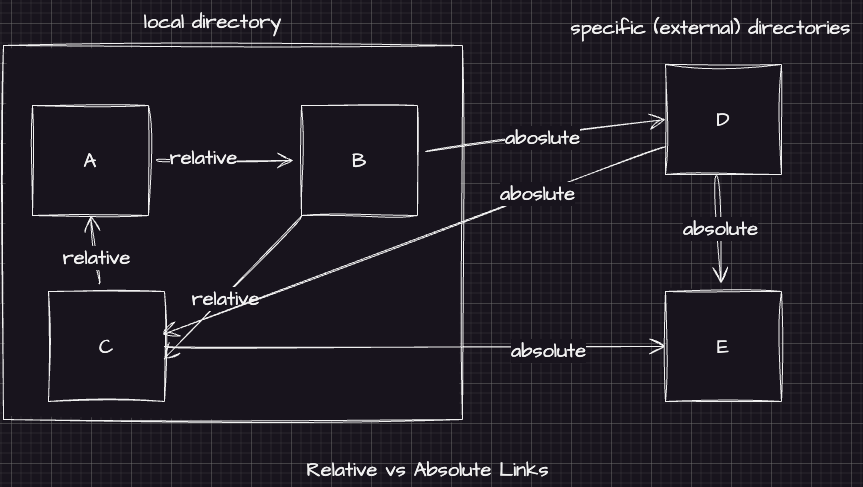
Before: images/html-css/HTML_links2.png, a diagram exported from draw.io (peytoncordero/DRI25). Source tidied: cells renumbered, new cells last; positions are measured from the earlier drawing's top-left corner, leaving out a move shared by most shapes. Source of this version:
```xml
<mxGraphModel>
  <root>
    <mxCell id="0" />
    <mxCell id="1" parent="0" />
    <mxCell id="2" style="rounded=0;whiteSpace=wrap;html=1;sketch=1;hachureGap=4;jiggle=2;curveFitting=1;fontFamily=Architects Daughter;fontSource=https%3A%2F%2Ffonts.googleapis.com%2Fcss%3Ffamily%3DArchitects%2BDaughter;fontSize=20;" parent="1" vertex="1">
      <mxGeometry y="42" width="459" height="374" as="geometry" />
    </mxCell>
    <mxCell id="3" style="edgeStyle=none;curved=1;rounded=0;sketch=1;hachureGap=4;jiggle=2;curveFitting=1;jettySize=auto;html=1;fontFamily=Architects Daughter;fontSource=https%3A%2F%2Ffonts.googleapis.com%2Fcss%3Ffamily%3DArchitects%2BDaughter;fontSize=16;endArrow=open;startSize=14;endSize=14;sourcePerimeterSpacing=8;targetPerimeterSpacing=8;" parent="1" edge="1" source="5" target="10">
      <mxGeometry relative="1" as="geometry" />
    </mxCell>
    <mxCell id="4" value="relative" style="edgeLabel;html=1;align=center;verticalAlign=middle;fontSize=20;fontFamily=Architects Daughter;" parent="3" vertex="1">
      <mxGeometry x="-0.33" y="4" relative="1" as="geometry" />
    </mxCell>
    <mxCell id="5" value="A" style="rounded=0;whiteSpace=wrap;html=1;sketch=1;hachureGap=4;jiggle=2;curveFitting=1;fontFamily=Architects Daughter;fontSource=https%3A%2F%2Ffonts.googleapis.com%2Fcss%3Ffamily%3DArchitects%2BDaughter;fontSize=20;" parent="1" vertex="1">
      <mxGeometry x="29" y="102" width="116" height="110" as="geometry" />
    </mxCell>
    <mxCell id="6" style="edgeStyle=none;curved=1;rounded=0;sketch=1;hachureGap=4;jiggle=2;curveFitting=1;jettySize=auto;html=1;entryX=0;entryY=0.5;entryDx=0;entryDy=0;fontFamily=Architects Daughter;fontSource=https%3A%2F%2Ffonts.googleapis.com%2Fcss%3Ffamily%3DArchitects%2BDaughter;fontSize=16;endArrow=open;startSize=14;endSize=14;sourcePerimeterSpacing=8;targetPerimeterSpacing=8;" parent="1" edge="1" source="10" target="13">
      <mxGeometry relative="1" as="geometry" />
    </mxCell>
    <mxCell id="7" value="aboslute" style="edgeLabel;html=1;align=center;verticalAlign=middle;fontSize=20;fontFamily=Architects Daughter;" parent="6" vertex="1">
      <mxGeometry x="-0.03" y="-1" relative="1" as="geometry" />
    </mxCell>
    <mxCell id="8" style="edgeStyle=none;curved=1;rounded=0;sketch=1;hachureGap=4;jiggle=2;curveFitting=1;jettySize=auto;html=1;fontFamily=Architects Daughter;fontSource=https%3A%2F%2Ffonts.googleapis.com%2Fcss%3Ffamily%3DArchitects%2BDaughter;fontSize=16;endArrow=open;startSize=14;endSize=14;sourcePerimeterSpacing=8;targetPerimeterSpacing=8;exitX=0;exitY=1;exitDx=0;exitDy=0;entryX=0.991;entryY=0.618;entryDx=0;entryDy=0;entryPerimeter=0;" parent="1" edge="1" source="10" target="18">
      <mxGeometry relative="1" as="geometry" />
    </mxCell>
    <mxCell id="9" value="relative" style="edgeLabel;html=1;align=center;verticalAlign=middle;fontSize=20;fontFamily=Architects Daughter;" parent="8" vertex="1">
      <mxGeometry x="0.12" y="2" relative="1" as="geometry" />
    </mxCell>
    <mxCell id="10" value="B" style="rounded=0;whiteSpace=wrap;html=1;sketch=1;hachureGap=4;jiggle=2;curveFitting=1;fontFamily=Architects Daughter;fontSource=https%3A%2F%2Ffonts.googleapis.com%2Fcss%3Ffamily%3DArchitects%2BDaughter;fontSize=20;" parent="1" vertex="1">
      <mxGeometry x="298" y="102" width="116" height="110" as="geometry" />
    </mxCell>
    <mxCell id="11" style="edgeStyle=none;curved=1;rounded=0;sketch=1;hachureGap=4;jiggle=2;curveFitting=1;jettySize=auto;html=1;exitX=0.44;exitY=1.009;exitDx=0;exitDy=0;fontFamily=Architects Daughter;fontSource=https%3A%2F%2Ffonts.googleapis.com%2Fcss%3Ffamily%3DArchitects%2BDaughter;fontSize=16;endArrow=open;startSize=14;endSize=14;sourcePerimeterSpacing=8;targetPerimeterSpacing=8;exitPerimeter=0;" parent="1" edge="1" source="13" target="21">
      <mxGeometry relative="1" as="geometry" />
    </mxCell>
    <mxCell id="12" value="absolute" style="edgeLabel;html=1;align=center;verticalAlign=middle;fontSize=20;fontFamily=Architects Daughter;" parent="11" vertex="1">
      <mxGeometry x="-0.01" y="1" relative="1" as="geometry" />
    </mxCell>
    <mxCell id="13" value="D" style="rounded=0;whiteSpace=wrap;html=1;sketch=1;hachureGap=4;jiggle=2;curveFitting=1;fontFamily=Architects Daughter;fontSource=https%3A%2F%2Ffonts.googleapis.com%2Fcss%3Ffamily%3DArchitects%2BDaughter;fontSize=20;" parent="1" vertex="1">
      <mxGeometry x="662" y="61" width="116" height="110" as="geometry" />
    </mxCell>
    <mxCell id="14" style="edgeStyle=none;curved=1;rounded=0;sketch=1;hachureGap=4;jiggle=2;curveFitting=1;jettySize=auto;html=1;entryX=0.5;entryY=1;entryDx=0;entryDy=0;fontFamily=Architects Daughter;fontSource=https%3A%2F%2Ffonts.googleapis.com%2Fcss%3Ffamily%3DArchitects%2BDaughter;fontSize=16;endArrow=open;startSize=14;endSize=14;sourcePerimeterSpacing=8;targetPerimeterSpacing=8;" parent="1" edge="1" source="18" target="5">
      <mxGeometry relative="1" as="geometry" />
    </mxCell>
    <mxCell id="15" value="relative" style="edgeLabel;html=1;align=center;verticalAlign=middle;fontSize=20;fontFamily=Architects Daughter;" parent="14" vertex="1">
      <mxGeometry x="-0.21" relative="1" as="geometry" />
    </mxCell>
    <mxCell id="16" style="edgeStyle=none;curved=1;rounded=0;sketch=1;hachureGap=4;jiggle=2;curveFitting=1;jettySize=auto;html=1;exitX=1;exitY=0.5;exitDx=0;exitDy=0;fontFamily=Architects Daughter;fontSource=https%3A%2F%2Ffonts.googleapis.com%2Fcss%3Ffamily%3DArchitects%2BDaughter;fontSize=16;endArrow=open;startSize=14;endSize=14;sourcePerimeterSpacing=8;targetPerimeterSpacing=8;entryX=0;entryY=0.5;entryDx=0;entryDy=0;" parent="1" edge="1" source="18" target="21">
      <mxGeometry relative="1" as="geometry" />
    </mxCell>
    <mxCell id="17" value="absolute" style="edgeLabel;html=1;align=center;verticalAlign=middle;fontSize=20;fontFamily=Architects Daughter;" parent="16" vertex="1">
      <mxGeometry x="0.53" y="-3" relative="1" as="geometry" />
    </mxCell>
    <mxCell id="18" value="C" style="rounded=0;whiteSpace=wrap;html=1;sketch=1;hachureGap=4;jiggle=2;curveFitting=1;fontFamily=Architects Daughter;fontSource=https%3A%2F%2Ffonts.googleapis.com%2Fcss%3Ffamily%3DArchitects%2BDaughter;fontSize=20;" parent="1" vertex="1">
      <mxGeometry x="45" y="288" width="116" height="110" as="geometry" />
    </mxCell>
    <mxCell id="19" value="local directory" style="text;html=1;align=center;verticalAlign=middle;strokeColor=none;fillColor=none;fontSize=20;fontFamily=Architects Daughter;" parent="1" vertex="1">
      <mxGeometry x="131" width="156" height="36" as="geometry" />
    </mxCell>
    <mxCell id="20" value="specific (external) directories" style="text;html=1;align=center;verticalAlign=middle;strokeColor=none;fillColor=none;fontSize=20;fontFamily=Architects Daughter;" parent="1" vertex="1">
      <mxGeometry x="558" y="6" width="298" height="36" as="geometry" />
    </mxCell>
    <mxCell id="21" value="E" style="rounded=0;whiteSpace=wrap;html=1;sketch=1;hachureGap=4;jiggle=2;curveFitting=1;fontFamily=Architects Daughter;fontSource=https%3A%2F%2Ffonts.googleapis.com%2Fcss%3Ffamily%3DArchitects%2BDaughter;fontSize=20;" parent="1" vertex="1">
      <mxGeometry x="662" y="288" width="116" height="110" as="geometry" />
    </mxCell>
    <mxCell id="22" value="Relative vs Absolute Links" style="text;strokeColor=none;fillColor=none;html=1;align=center;verticalAlign=middle;whiteSpace=wrap;rounded=0;fontSize=20;fontFamily=Architects Daughter;" parent="1" vertex="1">
      <mxGeometry x="283" y="451" width="283" height="30" as="geometry" />
    </mxCell>
    <mxCell id="23" style="edgeStyle=none;curved=1;rounded=0;sketch=1;hachureGap=4;jiggle=2;curveFitting=1;jettySize=auto;html=1;exitX=0;exitY=0.75;exitDx=0;exitDy=0;entryX=0.983;entryY=0.391;entryDx=0;entryDy=0;entryPerimeter=0;fontFamily=Architects Daughter;fontSource=https%3A%2F%2Ffonts.googleapis.com%2Fcss%3Ffamily%3DArchitects%2BDaughter;fontSize=16;endArrow=open;startSize=14;endSize=14;sourcePerimeterSpacing=8;targetPerimeterSpacing=8;" parent="1" edge="1" source="13" target="18">
      <mxGeometry relative="1" as="geometry" />
    </mxCell>
    <mxCell id="24" value="aboslute" style="edgeLabel;html=1;align=center;verticalAlign=middle;fontSize=20;fontFamily=Architects Daughter;" parent="23" vertex="1">
      <mxGeometry x="-0.49" y="-2" relative="1" as="geometry" />
    </mxCell>
  </root>
</mxGraphModel>
```
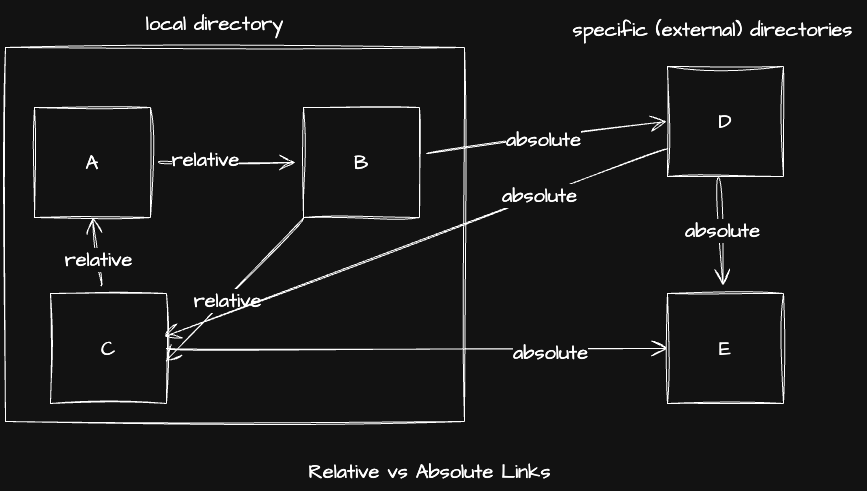
After the commit.

What changed in the source:
```diff
@@ -14,10 +14,13 @@
     <mxCell id="5" value="A" style="rounded=0;whiteSpace=wrap;html=1;sketch=1;hachureGap=4;jiggle=2;curveFitting=1;fontFamily=Architects Daughter;fontSource=https%3A%2F%2Ffonts.googleapis.com%2Fcss%3Ffamily%3DArchitects%2BDaughter;fontSize=20;" parent="1" vertex="1">
       <mxGeometry x="29" y="102" width="116" height="110" as="geometry" />
     </mxCell>
-    <mxCell id="6" style="edgeStyle=none;curved=1;rounded=0;sketch=1;hachureGap=4;jiggle=2;curveFitting=1;jettySize=auto;html=1;entryX=0;entryY=0.5;entryDx=0;entryDy=0;fontFamily=Architects Daughter;fontSource=https%3A%2F%2Ffonts.googleapis.com%2Fcss%3Ffamily%3DArchitects%2BDaughter;fontSize=16;endArrow=open;startSize=14;endSize=14;sourcePerimeterSpacing=8;targetPerimeterSpacing=8;" parent="1" edge="1" source="10" target="13">
-      <mxGeometry relative="1" as="geometry" />
+    <mxCell id="6" style="edgeStyle=none;curved=1;rounded=0;sketch=1;hachureGap=4;jiggle=2;curveFitting=1;orthogonalLoop=1;jettySize=auto;html=1;entryX=0;entryY=0.5;entryDx=0;entryDy=0;fontFamily=Architects Daughter;fontSource=https%3A%2F%2Ffonts.googleapis.com%2Fcss%3Ffamily%3DArchitects%2BDaughter;fontSize=16;endArrow=open;startSize=14;endSize=14;sourcePerimeterSpacing=8;targetPerimeterSpacing=8;" parent="1" edge="1">
+      <mxGeometry relative="1" as="geometry">
+        <mxPoint x="421" y="148.2" as="sourcePoint" />
+        <mxPoint x="661" y="116" as="targetPoint" />
+      </mxGeometry>
     </mxCell>
-    <mxCell id="7" value="aboslute" style="edgeLabel;html=1;align=center;verticalAlign=middle;fontSize=20;fontFamily=Architects Daughter;" parent="6" vertex="1">
+    <mxCell id="7" value="absolute" style="edgeLabel;html=1;align=center;verticalAlign=middle;fontSize=20;fontFamily=Architects Daughter;" parent="6" vertex="1">
       <mxGeometry x="-0.03" y="-1" relative="1" as="geometry" />
     </mxCell>
     <mxCell id="8" style="edgeStyle=none;curved=1;rounded=0;sketch=1;hachureGap=4;jiggle=2;curveFitting=1;jettySize=auto;html=1;fontFamily=Architects Daughter;fontSource=https%3A%2F%2Ffonts.googleapis.com%2Fcss%3Ffamily%3DArchitects%2BDaughter;fontSize=16;endArrow=open;startSize=14;endSize=14;sourcePerimeterSpacing=8;targetPerimeterSpacing=8;exitX=0;exitY=1;exitDx=0;exitDy=0;entryX=0.991;entryY=0.618;entryDx=0;entryDy=0;entryPerimeter=0;" parent="1" edge="1" source="10" target="18">
@@ -68,7 +71,7 @@
     <mxCell id="23" style="edgeStyle=none;curved=1;rounded=0;sketch=1;hachureGap=4;jiggle=2;curveFitting=1;jettySize=auto;html=1;exitX=0;exitY=0.75;exitDx=0;exitDy=0;entryX=0.983;entryY=0.391;entryDx=0;entryDy=0;entryPerimeter=0;fontFamily=Architects Daughter;fontSource=https%3A%2F%2Ffonts.googleapis.com%2Fcss%3Ffamily%3DArchitects%2BDaughter;fontSize=16;endArrow=open;startSize=14;endSize=14;sourcePerimeterSpacing=8;targetPerimeterSpacing=8;" parent="1" edge="1" source="13" target="18">
       <mxGeometry relative="1" as="geometry" />
     </mxCell>
-    <mxCell id="24" value="aboslute" style="edgeLabel;html=1;align=center;verticalAlign=middle;fontSize=20;fontFamily=Architects Daughter;" parent="23" vertex="1">
+    <mxCell id="24" value="absolute" style="edgeLabel;html=1;align=center;verticalAlign=middle;fontSize=20;fontFamily=Architects Daughter;" parent="23" vertex="1">
       <mxGeometry x="-0.49" y="-2" relative="1" as="geometry" />
     </mxCell>
   </root>
```
